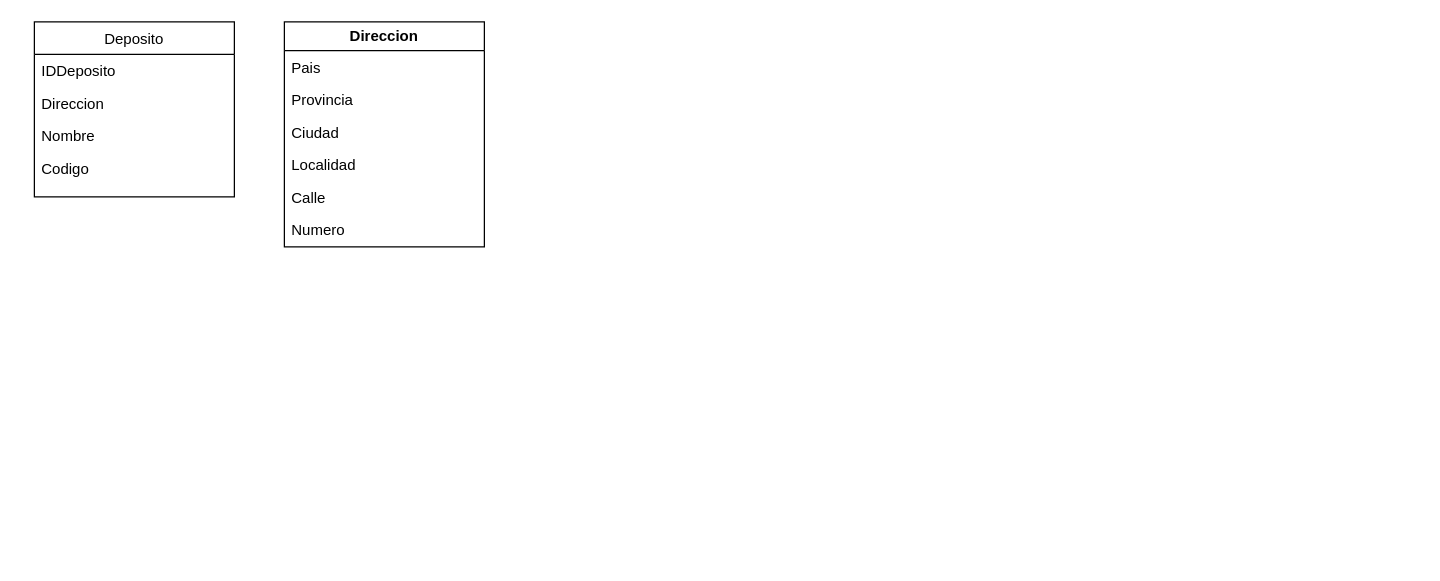
Above: Diagrama sin título.drawio in Libreman3/UMLDeposito-Grupo2 (draw.io), before the change. Source tidied: cells renumbered, new cells numbered last; positions are measured from the earlier drawing's top-left corner, leaving out a move shared by most shapes. Both pictures are drawn from the tidied source at 125%, with x=0, y=0 at pixel (34, 21).
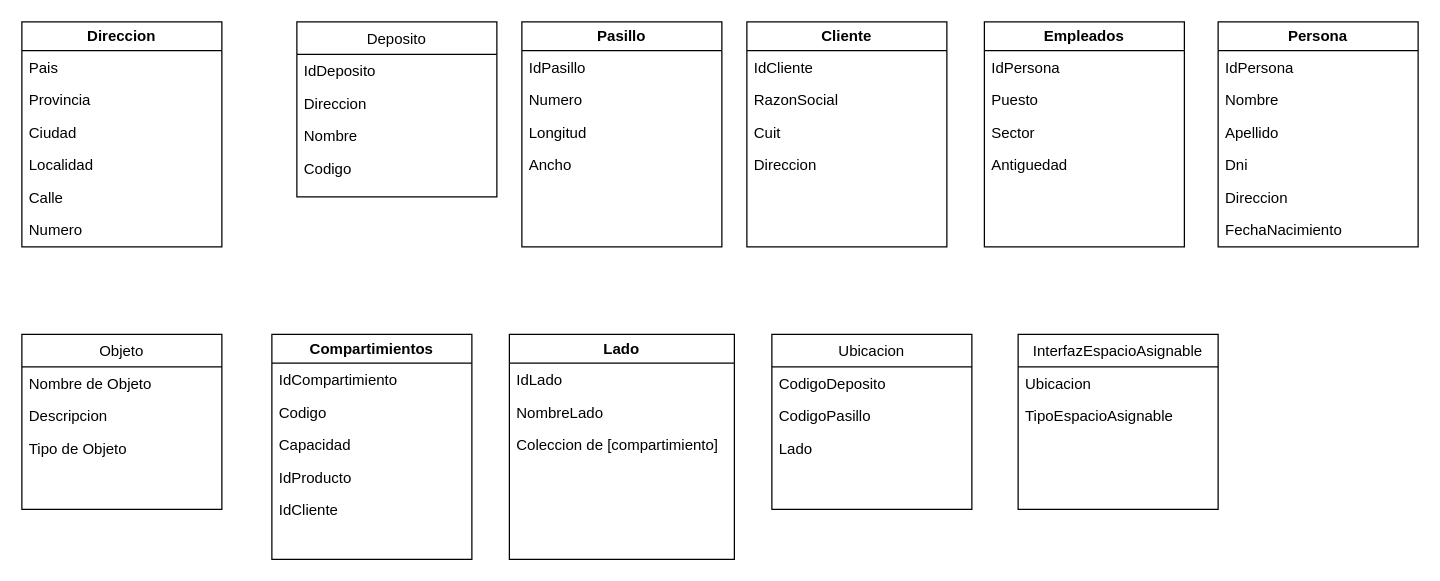
Above is the later version.

Change to the diagram source:
```diff
@@
     <mxCell id="2" value="Deposito" style="swimlane;fontStyle=0;align=center;verticalAlign=top;horizontal=1;startSize=26;rounded=0;shadow=0;strokeWidth=1;" parent="1" vertex="1">
-      <mxGeometry width="160" height="140" as="geometry" />
+      <mxGeometry x="210" width="160" height="140" as="geometry" />
     </mxCell>
-    <mxCell id="3" value="IDDeposito" style="text;align=left;verticalAlign=top;spacingLeft=4;spacingRight=4;overflow=hidden;" parent="2" vertex="1">
+    <mxCell id="3" value="IdDeposito" style="text;align=left;verticalAlign=top;spacingLeft=4;spacingRight=4;overflow=hidden;" parent="2" vertex="1">
       <mxGeometry y="26" width="160" height="26" as="geometry" />
     </mxCell>
@@
     <mxCell id="7" value="Direccion" style="swimlane;whiteSpace=wrap;html=1;" parent="1" vertex="1">
-      <mxGeometry x="200" width="160" height="180" as="geometry" />
+      <mxGeometry x="-10" width="160" height="180" as="geometry" />
     </mxCell>
@@
+    <mxCell id="14" value="Pasillo" style="swimlane;whiteSpace=wrap;html=1;" parent="1" vertex="1">
+      <mxGeometry x="390" width="160" height="180" as="geometry" />
+    </mxCell>
+    <mxCell id="15" value="Numero" style="text;align=left;verticalAlign=top;spacingLeft=4;spacingRight=4;overflow=hidden;rounded=0;shadow=0;html=0;" parent="14" vertex="1">
+      <mxGeometry y="49" width="160" height="26" as="geometry" />
+    </mxCell>
+    <mxCell id="16" value="Longitud" style="text;align=left;verticalAlign=top;spacingLeft=4;spacingRight=4;overflow=hidden;rounded=0;shadow=0;html=0;" parent="14" vertex="1">
+      <mxGeometry y="75" width="160" height="26" as="geometry" />
+    </mxCell>
+    <mxCell id="17" value="IdPasillo" style="text;align=left;verticalAlign=top;spacingLeft=4;spacingRight=4;overflow=hidden;rounded=0;shadow=0;html=0;" parent="14" vertex="1">
+      <mxGeometry y="23" width="160" height="26" as="geometry" />
+    </mxCell>
+    <mxCell id="18" value="Ancho" style="text;align=left;verticalAlign=top;spacingLeft=4;spacingRight=4;overflow=hidden;rounded=0;shadow=0;html=0;" parent="14" vertex="1">
+      <mxGeometry y="101" width="160" height="26" as="geometry" />
+    </mxCell>
+    <mxCell id="19" value="Compartimientos" style="swimlane;whiteSpace=wrap;html=1;" parent="1" vertex="1">
+      <mxGeometry x="190" y="250" width="160" height="180" as="geometry" />
+    </mxCell>
+    <mxCell id="20" value="Codigo" style="text;align=left;verticalAlign=top;spacingLeft=4;spacingRight=4;overflow=hidden;rounded=0;shadow=0;html=0;" parent="19" vertex="1">
+      <mxGeometry y="49" width="160" height="26" as="geometry" />
+    </mxCell>
+    <mxCell id="21" value="Capacidad" style="text;align=left;verticalAlign=top;spacingLeft=4;spacingRight=4;overflow=hidden;rounded=0;shadow=0;html=0;" parent="19" vertex="1">
+      <mxGeometry y="75" width="160" height="26" as="geometry" />
+    </mxCell>
+    <mxCell id="22" value="IdProducto" style="text;align=left;verticalAlign=top;spacingLeft=4;spacingRight=4;overflow=hidden;rounded=0;shadow=0;html=0;" parent="19" vertex="1">
+      <mxGeometry y="101" width="160" height="26" as="geometry" />
+    </mxCell>
+    <mxCell id="23" value="IdCompartimiento" style="text;align=left;verticalAlign=top;spacingLeft=4;spacingRight=4;overflow=hidden;rounded=0;shadow=0;html=0;" parent="19" vertex="1">
+      <mxGeometry y="23" width="160" height="26" as="geometry" />
+    </mxCell>
+    <mxCell id="24" value="IdCliente" style="text;align=left;verticalAlign=top;spacingLeft=4;spacingRight=4;overflow=hidden;rounded=0;shadow=0;html=0;" parent="19" vertex="1">
+      <mxGeometry y="127" width="160" height="26" as="geometry" />
+    </mxCell>
+    <mxCell id="25" value="Cliente" style="swimlane;whiteSpace=wrap;html=1;" parent="1" vertex="1">
+      <mxGeometry x="570" width="160" height="180" as="geometry" />
+    </mxCell>
+    <mxCell id="26" value="RazonSocial" style="text;align=left;verticalAlign=top;spacingLeft=4;spacingRight=4;overflow=hidden;rounded=0;shadow=0;html=0;" parent="25" vertex="1">
+      <mxGeometry y="49" width="160" height="26" as="geometry" />
+    </mxCell>
+    <mxCell id="27" value="Cuit" style="text;align=left;verticalAlign=top;spacingLeft=4;spacingRight=4;overflow=hidden;rounded=0;shadow=0;html=0;" parent="25" vertex="1">
+      <mxGeometry y="75" width="160" height="26" as="geometry" />
+    </mxCell>
+    <mxCell id="28" value="Direccion" style="text;align=left;verticalAlign=top;spacingLeft=4;spacingRight=4;overflow=hidden;rounded=0;shadow=0;html=0;" parent="25" vertex="1">
+      <mxGeometry y="101" width="160" height="26" as="geometry" />
+    </mxCell>
+    <mxCell id="29" value="IdCliente" style="text;align=left;verticalAlign=top;spacingLeft=4;spacingRight=4;overflow=hidden;rounded=0;shadow=0;html=0;" parent="25" vertex="1">
+      <mxGeometry y="23" width="160" height="26" as="geometry" />
+    </mxCell>
+    <mxCell id="30" value="InterfazEspacioAsignable" style="swimlane;fontStyle=0;align=center;verticalAlign=top;horizontal=1;startSize=26;rounded=0;shadow=0;strokeWidth=1;" parent="1" vertex="1">
+      <mxGeometry x="787" y="250" width="160" height="140" as="geometry" />
+    </mxCell>
+    <mxCell id="31" value="Ubicacion" style="text;align=left;verticalAlign=top;spacingLeft=4;spacingRight=4;overflow=hidden;" parent="30" vertex="1">
+      <mxGeometry y="26" width="160" height="26" as="geometry" />
+    </mxCell>
+    <mxCell id="32" value="TipoEspacioAsignable" style="text;align=left;verticalAlign=top;spacingLeft=4;spacingRight=4;overflow=hidden;rounded=0;shadow=0;html=0;" parent="30" vertex="1">
+      <mxGeometry y="52" width="160" height="26" as="geometry" />
+    </mxCell>
+    <mxCell id="33" value="Ubicacion" style="swimlane;fontStyle=0;align=center;verticalAlign=top;horizontal=1;startSize=26;rounded=0;shadow=0;strokeWidth=1;" parent="1" vertex="1">
+      <mxGeometry x="590" y="250" width="160" height="140" as="geometry" />
+    </mxCell>
+    <mxCell id="34" value="CodigoDeposito" style="text;align=left;verticalAlign=top;spacingLeft=4;spacingRight=4;overflow=hidden;" parent="33" vertex="1">
+      <mxGeometry y="26" width="160" height="26" as="geometry" />
+    </mxCell>
+    <mxCell id="35" value="CodigoPasillo" style="text;align=left;verticalAlign=top;spacingLeft=4;spacingRight=4;overflow=hidden;rounded=0;shadow=0;html=0;" parent="33" vertex="1">
+      <mxGeometry y="52" width="160" height="26" as="geometry" />
+    </mxCell>
+    <mxCell id="36" value="Lado" style="text;align=left;verticalAlign=top;spacingLeft=4;spacingRight=4;overflow=hidden;rounded=0;shadow=0;html=0;" parent="33" vertex="1">
+      <mxGeometry y="78" width="160" height="26" as="geometry" />
+    </mxCell>
+    <mxCell id="37" value="Lado" style="swimlane;whiteSpace=wrap;html=1;" parent="1" vertex="1">
+      <mxGeometry x="380" y="250" width="180" height="180" as="geometry" />
+    </mxCell>
+    <mxCell id="38" value="NombreLado" style="text;align=left;verticalAlign=top;spacingLeft=4;spacingRight=4;overflow=hidden;rounded=0;shadow=0;html=0;" parent="37" vertex="1">
+      <mxGeometry y="49" width="160" height="26" as="geometry" />
+    </mxCell>
+    <mxCell id="39" value="Coleccion de [compartimiento]" style="text;align=left;verticalAlign=top;spacingLeft=4;spacingRight=4;overflow=hidden;rounded=0;shadow=0;html=0;" parent="37" vertex="1">
+      <mxGeometry y="75" width="180" height="26" as="geometry" />
+    </mxCell>
+    <mxCell id="40" value="IdLado" style="text;align=left;verticalAlign=top;spacingLeft=4;spacingRight=4;overflow=hidden;rounded=0;shadow=0;html=0;" parent="37" vertex="1">
+      <mxGeometry y="23" width="160" height="26" as="geometry" />
+    </mxCell>
+    <mxCell id="41" value="Objeto" style="swimlane;fontStyle=0;align=center;verticalAlign=top;horizontal=1;startSize=26;rounded=0;shadow=0;strokeWidth=1;" parent="1" vertex="1">
+      <mxGeometry x="-10" y="250" width="160" height="140" as="geometry" />
+    </mxCell>
+    <mxCell id="42" value="Nombre de Objeto" style="text;align=left;verticalAlign=top;spacingLeft=4;spacingRight=4;overflow=hidden;" parent="41" vertex="1">
+      <mxGeometry y="26" width="160" height="26" as="geometry" />
+    </mxCell>
+    <mxCell id="43" value="Descripcion" style="text;align=left;verticalAlign=top;spacingLeft=4;spacingRight=4;overflow=hidden;rounded=0;shadow=0;html=0;" parent="41" vertex="1">
+      <mxGeometry y="52" width="160" height="26" as="geometry" />
+    </mxCell>
+    <mxCell id="44" value="Tipo de Objeto" style="text;align=left;verticalAlign=top;spacingLeft=4;spacingRight=4;overflow=hidden;rounded=0;shadow=0;html=0;" parent="41" vertex="1">
+      <mxGeometry y="78" width="160" height="26" as="geometry" />
+    </mxCell>
+    <mxCell id="45" value="Empleados" style="swimlane;whiteSpace=wrap;html=1;" parent="1" vertex="1">
+      <mxGeometry x="760" width="160" height="180" as="geometry" />
+    </mxCell>
+    <mxCell id="46" value="Puesto" style="text;align=left;verticalAlign=top;spacingLeft=4;spacingRight=4;overflow=hidden;rounded=0;shadow=0;html=0;" parent="45" vertex="1">
+      <mxGeometry y="49" width="160" height="26" as="geometry" />
+    </mxCell>
+    <mxCell id="47" value="Sector" style="text;align=left;verticalAlign=top;spacingLeft=4;spacingRight=4;overflow=hidden;rounded=0;shadow=0;html=0;" parent="45" vertex="1">
+      <mxGeometry y="75" width="160" height="26" as="geometry" />
+    </mxCell>
+    <mxCell id="48" value="Antiguedad" style="text;align=left;verticalAlign=top;spacingLeft=4;spacingRight=4;overflow=hidden;rounded=0;shadow=0;html=0;" parent="45" vertex="1">
+      <mxGeometry y="101" width="160" height="26" as="geometry" />
+    </mxCell>
+    <mxCell id="49" value="IdPersona" style="text;align=left;verticalAlign=top;spacingLeft=4;spacingRight=4;overflow=hidden;rounded=0;shadow=0;html=0;" parent="45" vertex="1">
+      <mxGeometry y="23" width="160" height="26" as="geometry" />
+    </mxCell>
+    <mxCell id="50" value="Persona" style="swimlane;whiteSpace=wrap;html=1;" parent="1" vertex="1">
+      <mxGeometry x="947" width="160" height="180" as="geometry" />
+    </mxCell>
+    <mxCell id="51" value="Nombre" style="text;align=left;verticalAlign=top;spacingLeft=4;spacingRight=4;overflow=hidden;rounded=0;shadow=0;html=0;" parent="50" vertex="1">
+      <mxGeometry y="49" width="160" height="26" as="geometry" />
+    </mxCell>
+    <mxCell id="52" value="Apellido" style="text;align=left;verticalAlign=top;spacingLeft=4;spacingRight=4;overflow=hidden;rounded=0;shadow=0;html=0;" parent="50" vertex="1">
+      <mxGeometry y="75" width="160" height="26" as="geometry" />
+    </mxCell>
+    <mxCell id="53" value="Dni" style="text;align=left;verticalAlign=top;spacingLeft=4;spacingRight=4;overflow=hidden;rounded=0;shadow=0;html=0;" parent="50" vertex="1">
+      <mxGeometry y="101" width="160" height="26" as="geometry" />
+    </mxCell>
+    <mxCell id="54" value="IdPersona" style="text;align=left;verticalAlign=top;spacingLeft=4;spacingRight=4;overflow=hidden;rounded=0;shadow=0;html=0;" parent="50" vertex="1">
+      <mxGeometry y="23" width="160" height="26" as="geometry" />
+    </mxCell>
+    <mxCell id="55" value="Direccion" style="text;align=left;verticalAlign=top;spacingLeft=4;spacingRight=4;overflow=hidden;rounded=0;shadow=0;html=0;" parent="50" vertex="1">
+      <mxGeometry y="127" width="160" height="26" as="geometry" />
+    </mxCell>
+    <mxCell id="56" value="FechaNacimiento" style="text;align=left;verticalAlign=top;spacingLeft=4;spacingRight=4;overflow=hidden;rounded=0;shadow=0;html=0;" parent="50" vertex="1">
+      <mxGeometry y="153" width="160" height="26" as="geometry" />
+    </mxCell>
```
